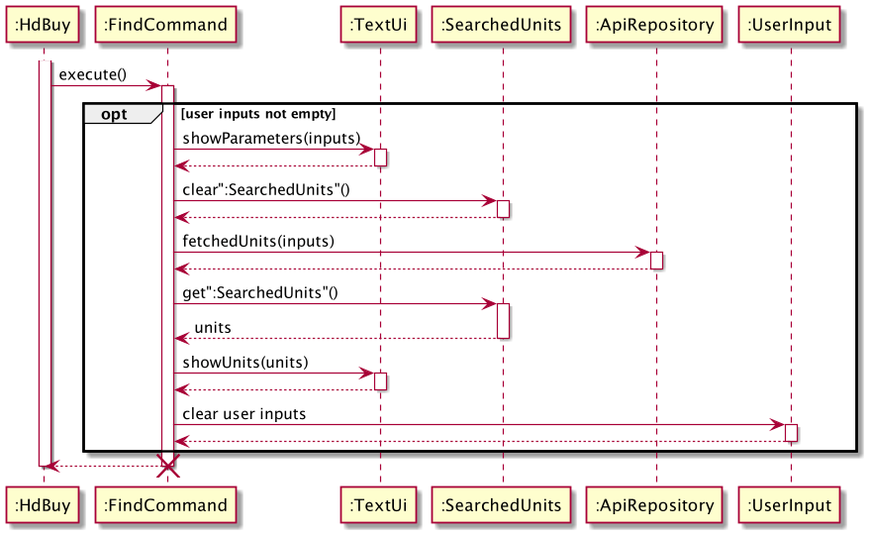
nus-cs2113-AY2021S2/tp keeps this PlantUML diagram as docs/diagrams/FindCommand.png. Above is the earlier version.
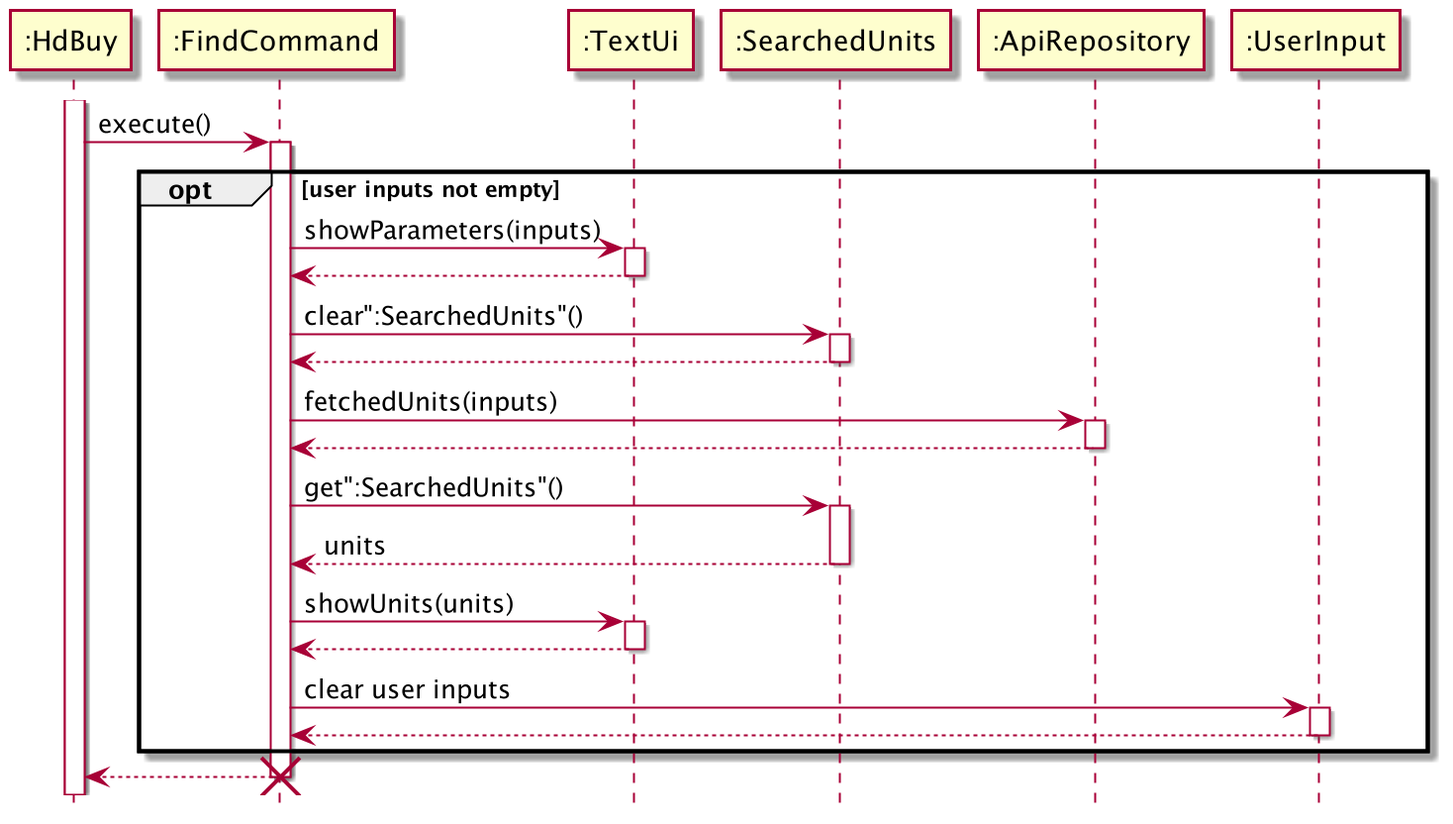
Above is the later version.

The edit, as a diff of the source:
```diff
@@ -1,5 +1,5 @@
 @startuml
-
+hide footbox
 activate ":HdBuy"
         ":HdBuy" -> ":FindCommand": execute()
         activate ":FindCommand"
@@ -32,5 +32,4 @@
         end
         ":HdBuy" <-- ":FindCommand"
         destroy ":FindCommand"
-deactivate ":HdBuy"
 @enduml
```
